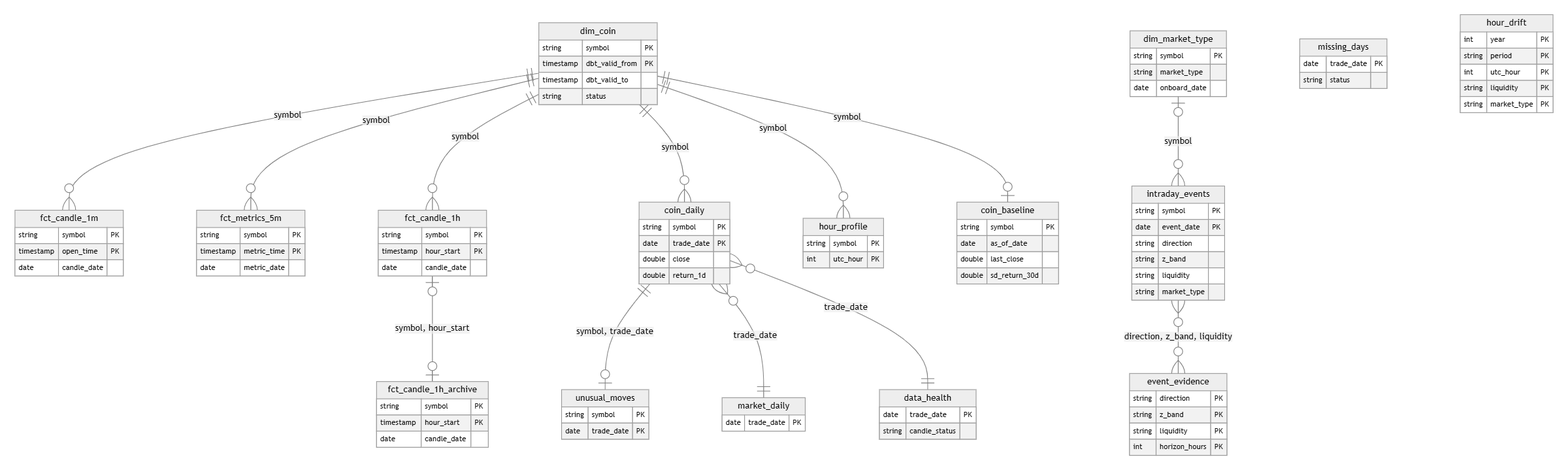
Before: docs/images/diagrams/market-tables.png, a diagram exported from Mermaid (shivam65-sketch/medusa). Its source is kept beside it as docs/diagrams/market-tables.mmd.
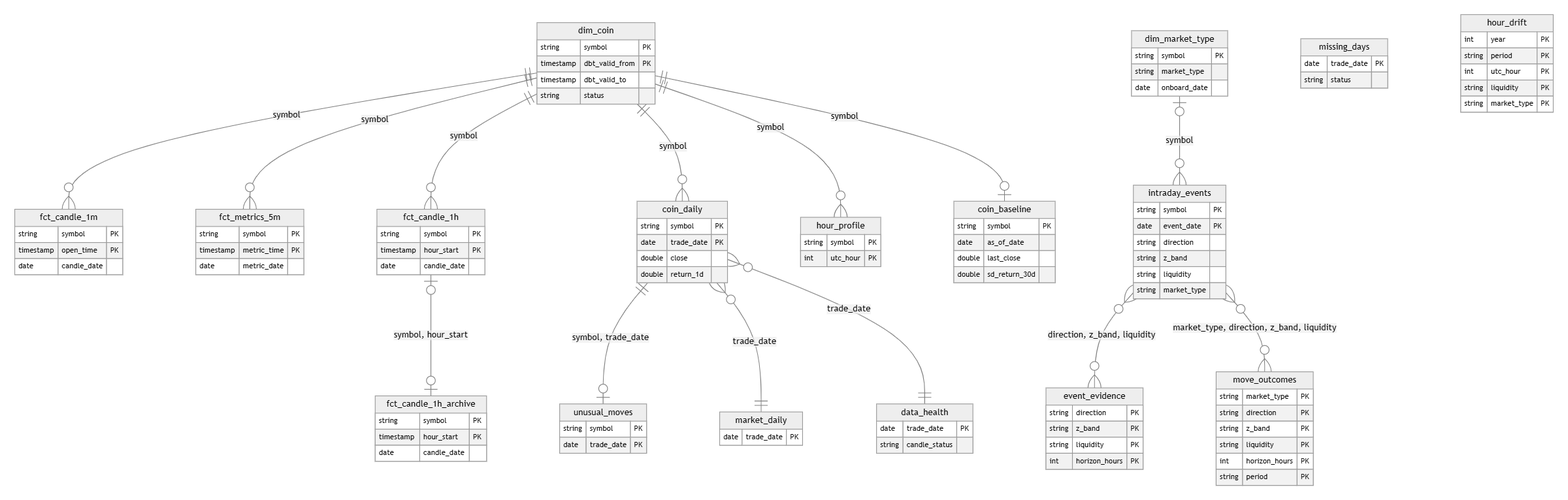
The same diagram one commit later.

What changed in the source:
```diff
@@ -83,6 +83,14 @@
     string liquidity PK
     string market_type PK
   }
+  move_outcomes {
+    string market_type PK
+    string direction PK
+    string z_band PK
+    string liquidity PK
+    int horizon_hours PK
+    string period PK
+  }
   dim_coin ||--o{ fct_candle_1m : "symbol"
   dim_coin ||--o{ fct_metrics_5m : "symbol"
   dim_coin ||--o{ fct_candle_1h : "symbol"
@@ -95,3 +103,4 @@
   coin_daily }o--|| data_health : "trade_date"
   intraday_events }o--o{ event_evidence : "direction, z_band, liquidity"
   dim_market_type |o--o{ intraday_events : "symbol"
+  intraday_events }o--o{ move_outcomes : "market_type, direction, z_band, liquidity"
```
